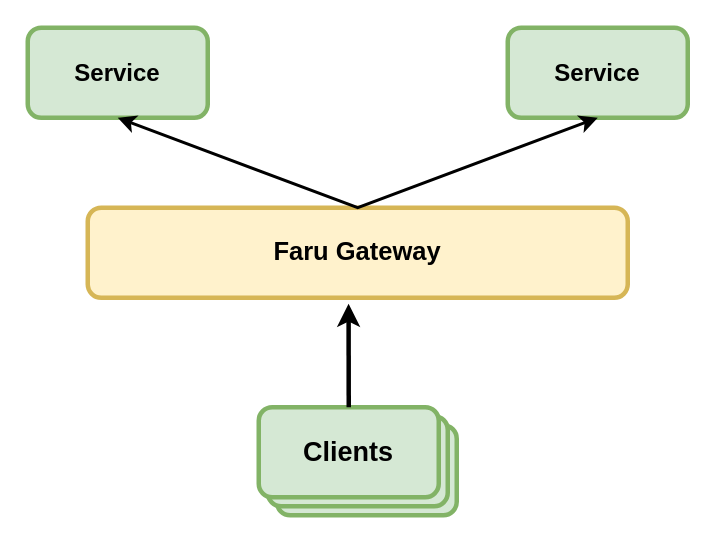
Before: faru-high-level.drawio in MbalamulaS/tech-diagrams, a draw.io diagram. Source tidied: cells renumbered, new cells numbered last; positions are measured from the earlier drawing's top-left corner, leaving out a move shared by most shapes. Both pictures are drawn from the tidied source at 150%, with x=0, y=0 at pixel (27, 27).
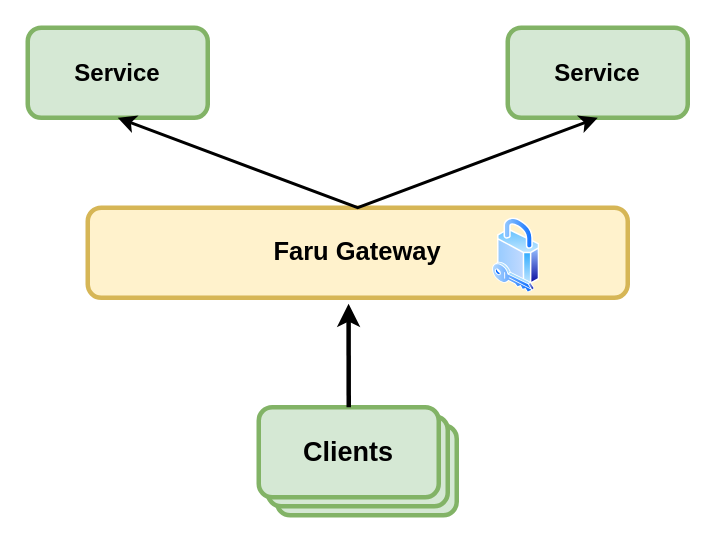
The same diagram, later.

Commit message:
security lock added

Diff of the diagram source:
```diff
@@
 <mxGraphModel>
   <root>
     <mxCell id="0" />
     <mxCell id="1" parent="0" />
     <mxCell id="2" value="&lt;font style=&quot;font-size: 16px;&quot;&gt;&lt;b&gt;Service&lt;/b&gt;&lt;/font&gt;" style="rounded=1;whiteSpace=wrap;html=1;strokeWidth=3;fillColor=#d5e8d4;strokeColor=#82b366;" parent="1" vertex="1">
       <mxGeometry width="120" height="60" as="geometry" />
     </mxCell>
     <mxCell id="3" value="&lt;font size=&quot;1&quot;&gt;&lt;b style=&quot;font-size: 17px;&quot;&gt;Faru Gateway&lt;/b&gt;&lt;/font&gt;" style="rounded=1;whiteSpace=wrap;html=1;strokeWidth=3;fillColor=#fff2cc;strokeColor=#d6b656;" parent="1" vertex="1">
       <mxGeometry x="40" y="120" width="360" height="60" as="geometry" />
     </mxCell>
     <mxCell id="4" value="&lt;b&gt;&lt;font style=&quot;font-size: 16px;&quot;&gt;Service&lt;/font&gt;&lt;/b&gt;" style="rounded=1;whiteSpace=wrap;html=1;strokeWidth=3;fillColor=#d5e8d4;strokeColor=#82b366;" parent="1" vertex="1">
       <mxGeometry x="320" width="120" height="60" as="geometry" />
     </mxCell>
     <mxCell id="5" style="rounded=1;whiteSpace=wrap;html=1;strokeWidth=3;fillColor=#d5e8d4;strokeColor=#82b366;" parent="1" vertex="1">
       <mxGeometry x="166" y="265" width="120" height="60" as="geometry" />
     </mxCell>
     <mxCell id="6" style="rounded=1;whiteSpace=wrap;html=1;strokeWidth=3;fillColor=#d5e8d4;strokeColor=#82b366;" parent="1" vertex="1">
       <mxGeometry x="160" y="259" width="120" height="60" as="geometry" />
     </mxCell>
     <mxCell id="7" style="rounded=1;whiteSpace=wrap;html=1;strokeWidth=3;fillColor=#d5e8d4;strokeColor=#82b366;" parent="1" vertex="1">
       <mxGeometry x="154" y="253" width="120" height="60" as="geometry" />
     </mxCell>
     <mxCell id="8" value="&lt;b&gt;&lt;font style=&quot;font-size: 18px;&quot;&gt;Clients&lt;/font&gt;&lt;/b&gt;" style="text;html=1;align=center;verticalAlign=middle;whiteSpace=wrap;rounded=0;" parent="1" vertex="1">
       <mxGeometry x="184" y="268" width="60" height="30" as="geometry" />
     </mxCell>
     <mxCell id="9" style="endArrow=classic;startArrow=classic;html=1;rounded=0;entryX=0.5;entryY=1;entryDx=0;entryDy=0;exitX=0.5;exitY=1;exitDx=0;exitDy=0;strokeWidth=2;" parent="1" edge="1" source="2" target="4">
       <mxGeometry relative="1" as="geometry">
         <Array as="points">
           <mxPoint x="220" y="120" />
         </Array>
       </mxGeometry>
     </mxCell>
     <mxCell id="10" style="endArrow=classic;html=1;rounded=0;entryX=0.483;entryY=1.067;entryDx=0;entryDy=0;entryPerimeter=0;exitX=0.5;exitY=0;exitDx=0;exitDy=0;strokeWidth=3;" parent="1" edge="1" source="7" target="3">
       <mxGeometry relative="1" as="geometry" />
     </mxCell>
+    <mxCell id="11" style="image;perimeter=ellipsePerimeter;html=1;align=center;shadow=0;dashed=0;spacingTop=3;image=img/lib/active_directory/security.svg;fillColor=#FF8CCD;" parent="1" vertex="1">
+      <mxGeometry x="310" y="127" width="31.5" height="50" as="geometry" />
+    </mxCell>
   </root>
 </mxGraphModel>
```
